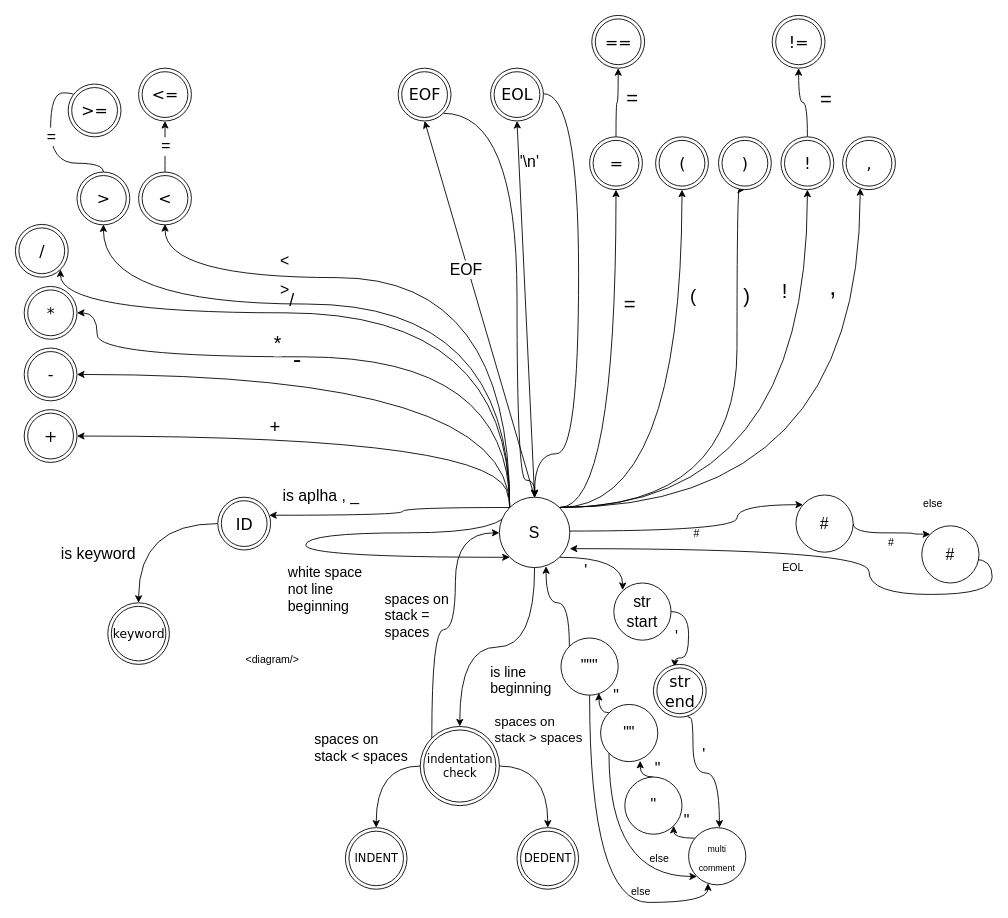
Earlier version of the draw.io diagram fsm.drawio (otcen4s/IFJ-project2019). Source tidied: cells renumbered, new cells numbered last; positions are measured from the earlier drawing's top-left corner, leaving out a move shared by most shapes. Both pictures are drawn from the tidied source at 88%, with x=0, y=0 at pixel (15, 15).
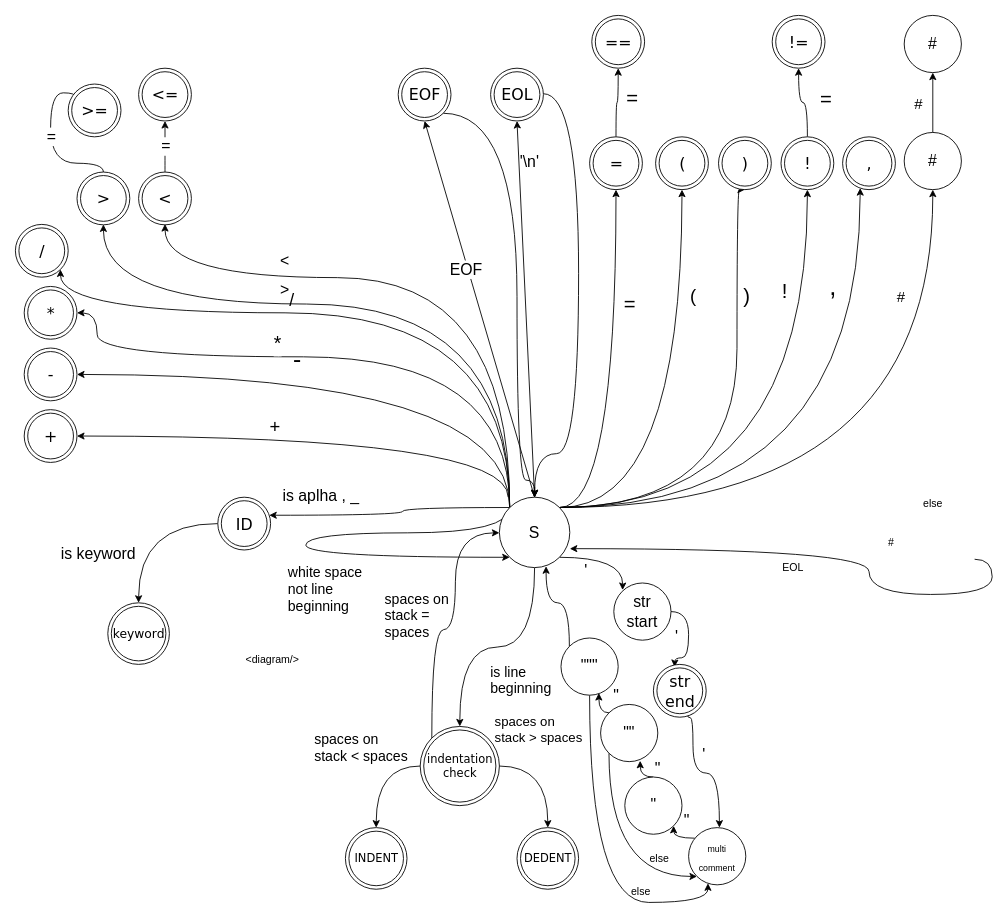
The same page after the edit.

The change refers to these unchanged cells:
```xml
<mxCell id="34" value="&lt;font style=&quot;font-size: 18px;&quot;&gt;S&lt;/font&gt;" style="ellipse;whiteSpace=wrap;html=1;fontSize=18;" parent="1" vertex="1">
  <mxGeometry x="550" y="547.5" width="80" height="80" as="geometry" />
</mxCell>
```

The edit, as a diff of the source:
```diff
@@
-    <mxCell id="10" style="edgeStyle=orthogonalEdgeStyle;curved=1;orthogonalLoop=1;jettySize=auto;html=1;exitX=1;exitY=0.5;exitDx=0;exitDy=0;fontSize=18;" parent="1" edge="1">
-      <mxGeometry relative="1" as="geometry">
-        <mxPoint x="625" y="586" as="sourcePoint" />
-        <mxPoint x="895" y="556" as="targetPoint" />
-        <Array as="points">
-          <mxPoint x="820" y="586" />
-          <mxPoint x="820" y="556" />
-        </Array>
-      </mxGeometry>
-    </mxCell>
@@
+    <mxCell id="110" style="edgeStyle=orthogonalEdgeStyle;rounded=0;jettySize=auto;html=1;exitX=1;exitY=0;exitDx=0;exitDy=0;entryX=0.5;entryY=1;entryDx=0;entryDy=0;curved=1;" parent="1" edge="1" source="34" target="79">
+      <mxGeometry relative="1" as="geometry" />
+    </mxCell>
@@
-    <mxCell id="78" style="edgeStyle=orthogonalEdgeStyle;curved=1;jettySize=auto;html=1;exitX=1;exitY=0.5;exitDx=0;exitDy=0;entryX=0;entryY=0;entryDx=0;entryDy=0;" parent="1" edge="1" source="79" target="103">
-      <mxGeometry relative="1" as="geometry">
-        <Array as="points">
-          <mxPoint x="952" y="588" />
-          <mxPoint x="1020" y="588" />
-          <mxPoint x="1020" y="590" />
-        </Array>
-      </mxGeometry>
-    </mxCell>
-    <mxCell id="79" value="#" style="ellipse;whiteSpace=wrap;html=1;fontSize=18;" parent="1" vertex="1">
-      <mxGeometry x="887" y="545" width="65" height="65" as="geometry" />
-    </mxCell>
-    <mxCell id="80" value="#" style="text;html=1;align=left;verticalAlign=top;spacingTop=-4;" parent="1" vertex="1">
-      <mxGeometry x="769" y="579" width="20" height="20" as="geometry" />
+    <mxCell id="80" value="#" style="text;html=1;align=left;verticalAlign=top;spacingTop=-4;strokeWidth=2;perimeterSpacing=2;fontSize=17;" parent="1" vertex="1">
+      <mxGeometry x="1000" y="308" width="20" height="20" as="geometry" />
     </mxCell>
@@
     <mxCell id="103" value="#" style="ellipse;whiteSpace=wrap;html=1;fontSize=18;" parent="1" vertex="1">
-      <mxGeometry x="1030" y="580" width="65" height="65" as="geometry" />
+      <mxGeometry x="1010" width="65" height="65" as="geometry" />
     </mxCell>
@@
+    <mxCell id="78" style="edgeStyle=none;rounded=0;jettySize=auto;html=1;exitX=0.5;exitY=0;exitDx=0;exitDy=0;entryX=0.5;entryY=1;entryDx=0;entryDy=0;" parent="1" edge="1" source="79" target="103">
+      <mxGeometry relative="1" as="geometry" />
+    </mxCell>
+    <mxCell id="79" value="#" style="ellipse;whiteSpace=wrap;html=1;fontSize=18;" parent="1" vertex="1">
+      <mxGeometry x="1010" y="133" width="65" height="65" as="geometry" />
+    </mxCell>
+    <mxCell id="111" value="#" style="text;html=1;align=left;verticalAlign=top;spacingTop=-4;strokeWidth=2;perimeterSpacing=2;fontSize=17;" parent="1" vertex="1">
+      <mxGeometry x="1020" y="89" width="20" height="20" as="geometry" />
+    </mxCell>
```
